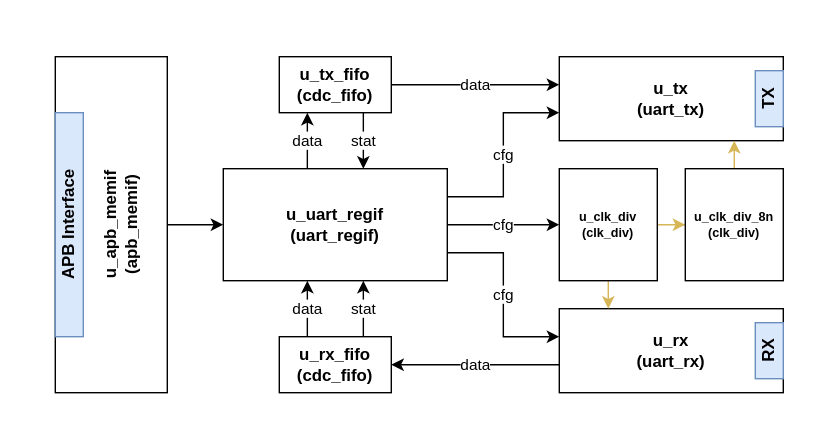
Above: docs/svg/arch.svg in ADN-VLSI/apb-uart (draw.io), before the change. Source tidied: cells renumbered, new cells last; positions are measured from the earlier drawing's top-left corner, leaving out a move shared by most shapes.
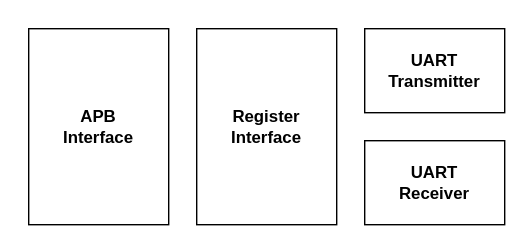
Later version of the same file.

Commit message:
Add SVG diagram for March with detailed component representation

- Introduced a new SVG file `march.svg` containing a comprehensive diagram.
- The diagram includes various components such as `u_apb_memif`, `u_tx`, `u_rx`, and their respective configurations.
- Enhanced visual elements with appropriate styling for better clarity and usability.
- Included links and text annotations for improved context and understanding of the components.

The edit, as a diff of the source:
```diff
@@ -3,134 +3,19 @@
     <mxCell id="0" />
     <mxCell id="1" parent="0" />
     <mxCell id="2" style="rounded=0;whiteSpace=wrap;html=1;strokeColor=none;" parent="1" vertex="1">
-      <mxGeometry width="600" height="320" as="geometry" />
+      <mxGeometry x="20" y="20" width="380" height="180" as="geometry" />
     </mxCell>
-    <mxCell id="3" style="edgeStyle=orthogonalEdgeStyle;rounded=0;jettySize=auto;html=1;" parent="1" edge="1" source="4" target="15">
-      <mxGeometry relative="1" as="geometry" />
-    </mxCell>
-    <mxCell id="4" value="&lt;div&gt;&lt;br&gt;&lt;/div&gt;u_apb_memif&lt;div&gt;(apb_memif)&lt;/div&gt;" style="rounded=0;whiteSpace=wrap;html=1;fontStyle=1;horizontal=0;" parent="1" vertex="1">
-      <mxGeometry x="40" y="40" width="80" height="240" as="geometry" />
-    </mxCell>
+    <mxCell id="6" value="UART&lt;div&gt;Transmitter&lt;/div&gt;" style="rounded=0;whiteSpace=wrap;html=1;fontStyle=1;" parent="1" vertex="1">
+      <mxGeometry x="280" y="40" width="100" height="60" as="geometry" />
+    </mxCell>
+    <mxCell id="15" value="Register&lt;div&gt;Interface&lt;/div&gt;" style="rounded=0;whiteSpace=wrap;html=1;fontStyle=1;" parent="1" vertex="1">
+      <mxGeometry x="160" y="40" width="100" height="140" as="geometry" />
+    </mxCell>
+    <mxCell id="27" value="UART&lt;div&gt;Receiver&lt;/div&gt;" style="rounded=0;whiteSpace=wrap;html=1;fontStyle=1;" parent="1" vertex="1">
+      <mxGeometry x="280" y="120" width="100" height="60" as="geometry" />
+    </mxCell>
-    <mxCell id="5" value="APB Interface" style="rounded=0;whiteSpace=wrap;html=1;fontStyle=1;horizontal=0;fillColor=#dae8fc;strokeColor=#6c8ebf;" parent="1" vertex="1">
-      <mxGeometry x="40" y="80" width="20" height="160" as="geometry" />
+    <mxCell id="5" value="APB&lt;div&gt;Interface&lt;/div&gt;" style="rounded=0;whiteSpace=wrap;html=1;fontStyle=1;" parent="1" vertex="1">
+      <mxGeometry x="40" y="40" width="100" height="140" as="geometry" />
     </mxCell>
-    <mxCell id="6" value="u_tx&lt;div&gt;(uart_tx)&lt;/div&gt;" style="rounded=0;whiteSpace=wrap;html=1;fontStyle=1;" parent="1" vertex="1">
-      <mxGeometry x="400" y="40" width="160" height="60" as="geometry" />
-    </mxCell>
-    <mxCell id="7" value="&amp;nbsp;data&amp;nbsp;" style="edgeStyle=orthogonalEdgeStyle;rounded=0;jettySize=auto;html=1;" parent="1" edge="1" source="8" target="21">
-      <mxGeometry relative="1" as="geometry">
-        <Array as="points">
-          <mxPoint x="370" y="260" />
-          <mxPoint x="370" y="260" />
-        </Array>
-      </mxGeometry>
-    </mxCell>
-    <mxCell id="8" value="u_rx&lt;div&gt;(uart_rx)&lt;/div&gt;" style="rounded=0;whiteSpace=wrap;html=1;fontStyle=1;" parent="1" vertex="1">
-      <mxGeometry x="400" y="220" width="160" height="60" as="geometry" />
-    </mxCell>
-    <mxCell id="9" value="TX" style="rounded=0;whiteSpace=wrap;html=1;fontStyle=1;horizontal=0;fillColor=#dae8fc;strokeColor=#6c8ebf;" parent="1" vertex="1">
-      <mxGeometry x="540" y="50" width="20" height="40" as="geometry" />
-    </mxCell>
-    <mxCell id="10" value="RX" style="rounded=0;whiteSpace=wrap;html=1;fontStyle=1;horizontal=0;fillColor=#dae8fc;strokeColor=#6c8ebf;" parent="1" vertex="1">
-      <mxGeometry x="540" y="230" width="20" height="40" as="geometry" />
-    </mxCell>
-    <mxCell id="11" value="cfg" style="edgeStyle=orthogonalEdgeStyle;rounded=0;jettySize=auto;html=1;" parent="1" edge="1" source="15" target="6">
-      <mxGeometry relative="1" as="geometry">
-        <Array as="points">
-          <mxPoint x="360" y="140" />
-          <mxPoint x="360" y="80" />
-        </Array>
-      </mxGeometry>
-    </mxCell>
-    <mxCell id="12" value="cfg" style="edgeStyle=orthogonalEdgeStyle;rounded=0;jettySize=auto;html=1;" parent="1" edge="1" source="15" target="8">
-      <mxGeometry relative="1" as="geometry">
-        <Array as="points">
-          <mxPoint x="360" y="180" />
-          <mxPoint x="360" y="240" />
-        </Array>
-      </mxGeometry>
-    </mxCell>
-    <mxCell id="13" value="data" style="edgeStyle=orthogonalEdgeStyle;rounded=0;jettySize=auto;html=1;" parent="1" edge="1" source="15" target="18">
-      <mxGeometry relative="1" as="geometry">
-        <Array as="points">
-          <mxPoint x="220" y="100" />
-          <mxPoint x="220" y="100" />
-        </Array>
-      </mxGeometry>
-    </mxCell>
-    <mxCell id="14" value="&amp;nbsp;cfg&amp;nbsp;" style="edgeStyle=orthogonalEdgeStyle;rounded=0;jettySize=auto;html=1;" parent="1" edge="1" source="15" target="24">
-      <mxGeometry relative="1" as="geometry">
-        <Array as="points">
-          <mxPoint x="380" y="160" />
-          <mxPoint x="380" y="160" />
-        </Array>
-      </mxGeometry>
-    </mxCell>
-    <mxCell id="15" value="u_uart_regif&lt;div&gt;(uart_regif)&lt;/div&gt;" style="rounded=0;whiteSpace=wrap;html=1;fontStyle=1;" parent="1" vertex="1">
-      <mxGeometry x="160" y="120" width="160" height="80" as="geometry" />
-    </mxCell>
-    <mxCell id="16" value="&amp;nbsp;data&amp;nbsp;" style="edgeStyle=orthogonalEdgeStyle;rounded=0;jettySize=auto;html=1;" parent="1" edge="1" source="18" target="6">
-      <mxGeometry relative="1" as="geometry">
-        <Array as="points">
-          <mxPoint x="380" y="60" />
-          <mxPoint x="380" y="60" />
-        </Array>
-      </mxGeometry>
-    </mxCell>
-    <mxCell id="17" value="stat" style="edgeStyle=orthogonalEdgeStyle;rounded=0;jettySize=auto;html=1;" parent="1" edge="1" source="18" target="15">
-      <mxGeometry relative="1" as="geometry">
-        <Array as="points">
-          <mxPoint x="260" y="100" />
-          <mxPoint x="260" y="100" />
-        </Array>
-      </mxGeometry>
-    </mxCell>
-    <mxCell id="18" value="u_tx_fifo&lt;div&gt;(cdc_fifo)&lt;/div&gt;" style="rounded=0;whiteSpace=wrap;html=1;fontStyle=1;" parent="1" vertex="1">
-      <mxGeometry x="200" y="40" width="80" height="40" as="geometry" />
-    </mxCell>
-    <mxCell id="19" value="stat" style="edgeStyle=orthogonalEdgeStyle;rounded=0;jettySize=auto;html=1;" parent="1" edge="1" source="21" target="15">
-      <mxGeometry relative="1" as="geometry">
-        <Array as="points">
-          <mxPoint x="260" y="230" />
-          <mxPoint x="260" y="230" />
-        </Array>
-      </mxGeometry>
-    </mxCell>
-    <mxCell id="20" value="data" style="edgeStyle=orthogonalEdgeStyle;rounded=0;jettySize=auto;html=1;" parent="1" edge="1" source="21" target="15">
-      <mxGeometry relative="1" as="geometry">
-        <Array as="points">
-          <mxPoint x="220" y="220" />
-          <mxPoint x="220" y="220" />
-        </Array>
-      </mxGeometry>
-    </mxCell>
-    <mxCell id="21" value="u_rx_fifo&lt;div&gt;(cdc_fifo)&lt;/div&gt;" style="rounded=0;whiteSpace=wrap;html=1;fontStyle=1;" parent="1" vertex="1">
-      <mxGeometry x="200" y="240" width="80" height="40" as="geometry" />
-    </mxCell>
-    <mxCell id="22" style="edgeStyle=orthogonalEdgeStyle;rounded=0;jettySize=auto;html=1;fillColor=#fff2cc;strokeColor=#d6b656;" parent="1" edge="1" source="24" target="8">
-      <mxGeometry relative="1" as="geometry">
-        <Array as="points">
-          <mxPoint x="435" y="210" />
-          <mxPoint x="435" y="210" />
-        </Array>
-      </mxGeometry>
-    </mxCell>
-    <mxCell id="23" style="edgeStyle=orthogonalEdgeStyle;rounded=0;jettySize=auto;html=1;fillColor=#fff2cc;strokeColor=#d6b656;" parent="1" edge="1" source="24" target="26">
-      <mxGeometry relative="1" as="geometry" />
-    </mxCell>
-    <mxCell id="24" value="u_clk_div&lt;div&gt;(clk_div)&lt;/div&gt;" style="rounded=0;whiteSpace=wrap;html=1;fontStyle=1;fontSize=9;" parent="1" vertex="1">
-      <mxGeometry x="400" y="120" width="70" height="80" as="geometry" />
-    </mxCell>
-    <mxCell id="25" style="edgeStyle=orthogonalEdgeStyle;rounded=0;jettySize=auto;html=1;fillColor=#fff2cc;strokeColor=#d6b656;" parent="1" edge="1" source="26" target="6">
-      <mxGeometry relative="1" as="geometry">
-        <Array as="points">
-          <mxPoint x="525" y="120" />
-          <mxPoint x="525" y="120" />
-        </Array>
-      </mxGeometry>
-    </mxCell>
-    <mxCell id="26" value="&lt;font&gt;u_clk_div_8n&lt;/font&gt;&lt;div&gt;&lt;font&gt;(clk_div)&lt;/font&gt;&lt;/div&gt;" style="rounded=0;whiteSpace=wrap;html=1;fontStyle=1;fontSize=9;" parent="1" vertex="1">
-      <mxGeometry x="490" y="120" width="70" height="80" as="geometry" />
-    </mxCell>
   </root>
 </mxGraphModel>
```
